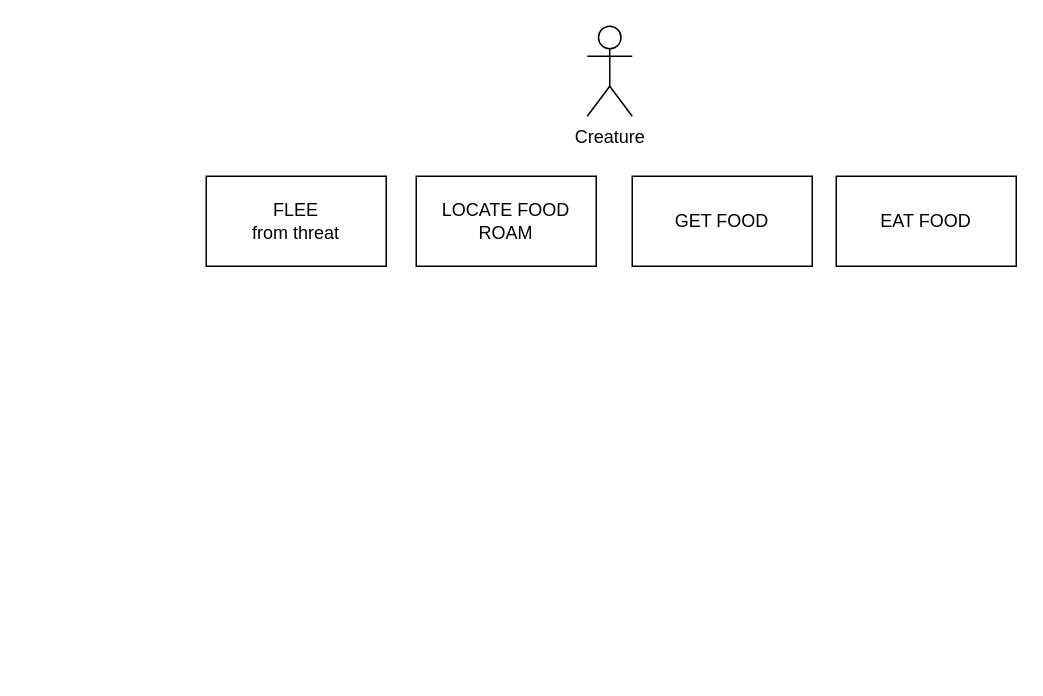
AumPatel2208/GOAP-Ecosystem-FPS keeps this draw.io diagram as documentation/actionPlans_the-game.drawio. Above is the earlier version. Source tidied: cells renumbered, new cells numbered last; positions are measured from the earlier drawing's top-left corner, leaving out a move shared by most shapes. Both pictures are drawn from the tidied source at 150%, with x=0, y=0 at pixel (206, 26).
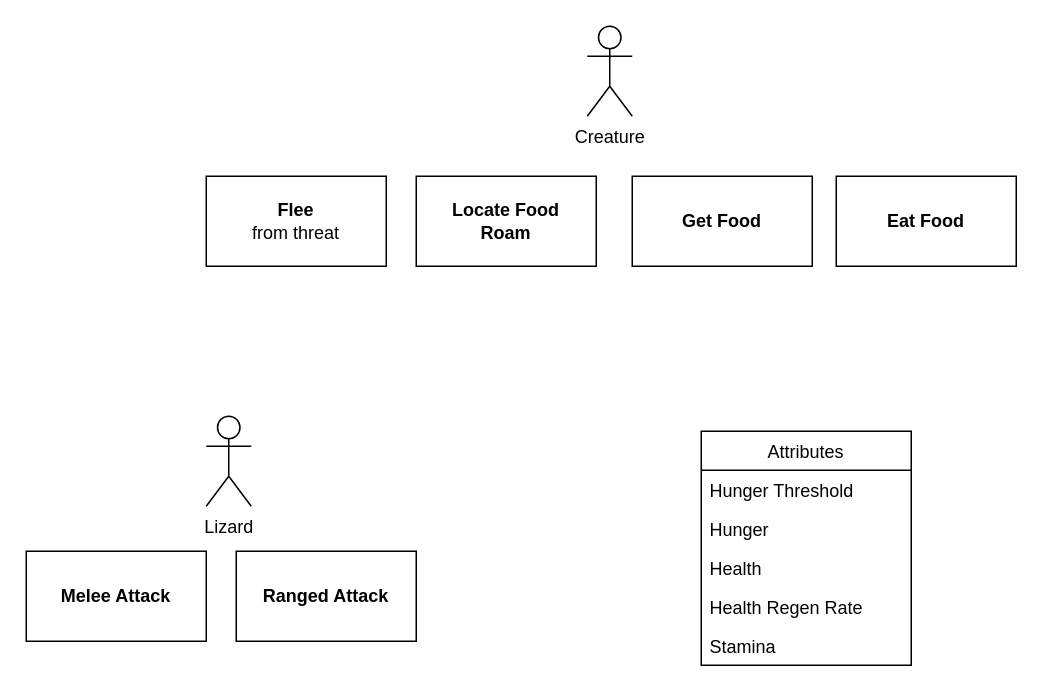
The same page after the edit.

What changed in the source:
```diff
@@
 <mxGraphModel>
   <root>
     <mxCell id="0" />
     <mxCell id="1" parent="0" />
     <mxCell id="2" value="&lt;div&gt;Creature&lt;/div&gt;" style="shape=umlActor;verticalLabelPosition=bottom;verticalAlign=top;html=1;" parent="1" vertex="1">
       <mxGeometry x="254" width="30" height="60" as="geometry" />
     </mxCell>
-    <mxCell id="3" value="&lt;div&gt;FLEE&lt;/div&gt;&lt;div&gt;from threat&lt;br&gt;&lt;/div&gt;" style="rounded=0;whiteSpace=wrap;html=1;" parent="1" vertex="1">
+    <mxCell id="3" value="&lt;div&gt;&lt;b&gt;Flee&lt;/b&gt;&lt;br&gt;&lt;/div&gt;&lt;div&gt;from threat&lt;br&gt;&lt;/div&gt;" style="rounded=0;whiteSpace=wrap;html=1;" parent="1" vertex="1">
       <mxGeometry y="100" width="120" height="60" as="geometry" />
     </mxCell>
-    <mxCell id="4" value="&lt;div&gt;LOCATE FOOD&lt;/div&gt;&lt;div&gt;ROAM&lt;br&gt;&lt;/div&gt;" style="whiteSpace=wrap;html=1;" parent="1" vertex="1">
+    <mxCell id="4" value="&lt;div&gt;&lt;b&gt;Locate Food&lt;/b&gt;&lt;/div&gt;&lt;div&gt;&lt;b&gt;Roam&lt;br&gt;&lt;/b&gt;&lt;/div&gt;" style="whiteSpace=wrap;html=1;" parent="1" vertex="1">
       <mxGeometry x="140" y="100" width="120" height="60" as="geometry" />
     </mxCell>
-    <mxCell id="5" value="EAT FOOD" style="whiteSpace=wrap;html=1;" parent="1" vertex="1">
+    <mxCell id="5" value="&lt;b&gt;Eat Food&lt;br&gt;&lt;/b&gt;" style="whiteSpace=wrap;html=1;" parent="1" vertex="1">
       <mxGeometry x="420" y="100" width="120" height="60" as="geometry" />
     </mxCell>
-    <mxCell id="6" value="GET FOOD" style="whiteSpace=wrap;html=1;" parent="1" vertex="1">
+    <mxCell id="6" value="&lt;div&gt;&lt;b&gt;Get Food&lt;/b&gt;&lt;/div&gt;" style="whiteSpace=wrap;html=1;" parent="1" vertex="1">
       <mxGeometry x="284" y="100" width="120" height="60" as="geometry" />
     </mxCell>
+    <mxCell id="7" value="&lt;div&gt;Lizard&lt;/div&gt;" style="shape=umlActor;verticalLabelPosition=bottom;verticalAlign=top;html=1;" parent="1" vertex="1">
+      <mxGeometry y="260" width="30" height="60" as="geometry" />
+    </mxCell>
+    <mxCell id="8" value="&lt;b&gt;Melee Attack&lt;/b&gt;" style="whiteSpace=wrap;html=1;" parent="1" vertex="1">
+      <mxGeometry x="-120" y="350" width="120" height="60" as="geometry" />
+    </mxCell>
+    <mxCell id="9" value="&lt;b&gt;Ranged Attack&lt;/b&gt;" style="whiteSpace=wrap;html=1;" parent="1" vertex="1">
+      <mxGeometry x="20" y="350" width="120" height="60" as="geometry" />
+    </mxCell>
+    <mxCell id="10" value="Attributes" style="swimlane;fontStyle=0;horizontal=1;startSize=26;fillColor=none;" parent="1" vertex="1">
+      <mxGeometry x="330" y="270" width="140" height="156" as="geometry" />
+    </mxCell>
+    <mxCell id="11" value="Hunger Threshold" style="text;strokeColor=none;fillColor=none;align=left;verticalAlign=top;spacingLeft=4;spacingRight=4;overflow=hidden;" parent="10" vertex="1">
+      <mxGeometry y="26" width="140" height="26" as="geometry" />
+    </mxCell>
+    <mxCell id="12" value="Hunger" style="text;strokeColor=none;fillColor=none;align=left;verticalAlign=top;spacingLeft=4;spacingRight=4;overflow=hidden;" parent="10" vertex="1">
+      <mxGeometry y="52" width="140" height="26" as="geometry" />
+    </mxCell>
+    <mxCell id="13" value="Health" style="text;strokeColor=none;fillColor=none;align=left;verticalAlign=top;spacingLeft=4;spacingRight=4;overflow=hidden;" parent="10" vertex="1">
+      <mxGeometry y="78" width="140" height="26" as="geometry" />
+    </mxCell>
+    <mxCell id="14" value="Health Regen Rate" style="text;strokeColor=none;fillColor=none;align=left;verticalAlign=top;spacingLeft=4;spacingRight=4;overflow=hidden;" parent="10" vertex="1">
+      <mxGeometry y="104" width="140" height="26" as="geometry" />
+    </mxCell>
+    <mxCell id="15" value="Stamina" style="text;strokeColor=none;fillColor=none;align=left;verticalAlign=top;spacingLeft=4;spacingRight=4;overflow=hidden;" parent="10" vertex="1">
+      <mxGeometry y="130" width="140" height="26" as="geometry" />
+    </mxCell>
   </root>
 </mxGraphModel>
```
